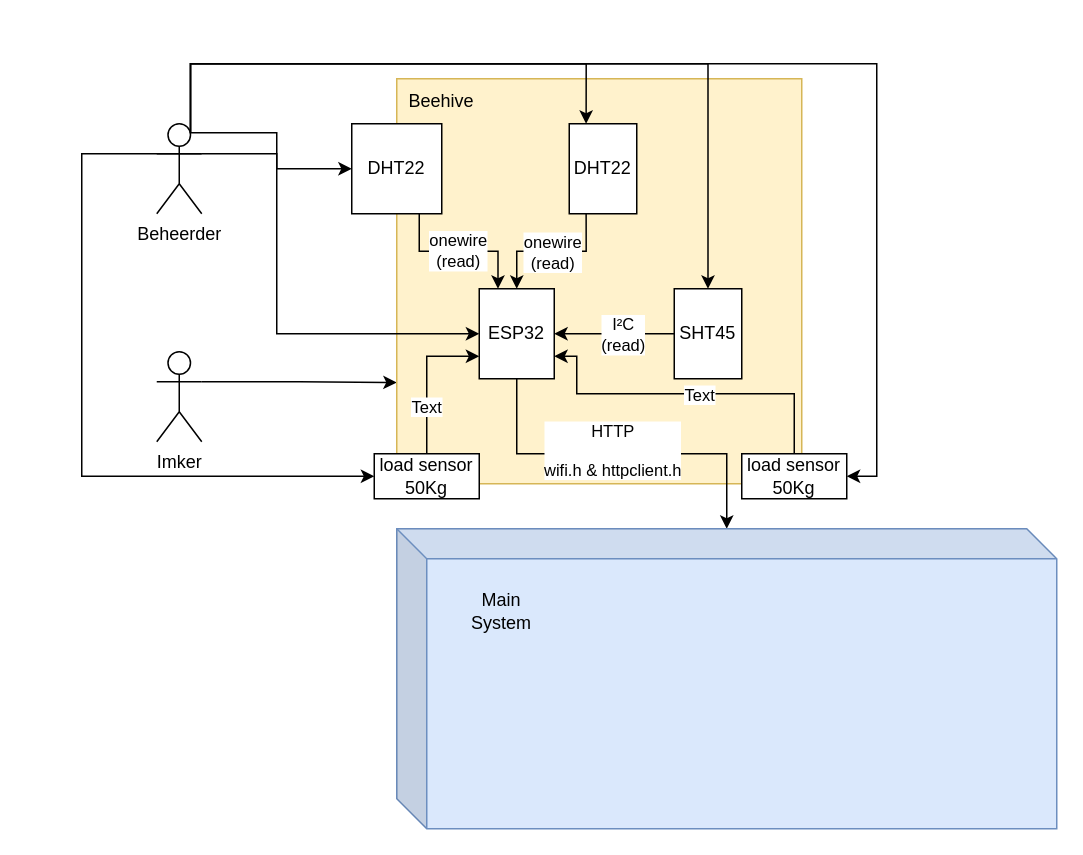
This is Schematisch-overzicht-Bee-Sensors.drawio from CruZxPog/integratieproject-bee, a draw.io file, before an edit. Source tidied: cells renumbered, new cells numbered last; positions are measured from the earlier drawing's top-left corner, leaving out a move shared by most shapes. Both pictures are drawn from the tidied source at 150%, with x=0, y=0 at pixel (81, 63).
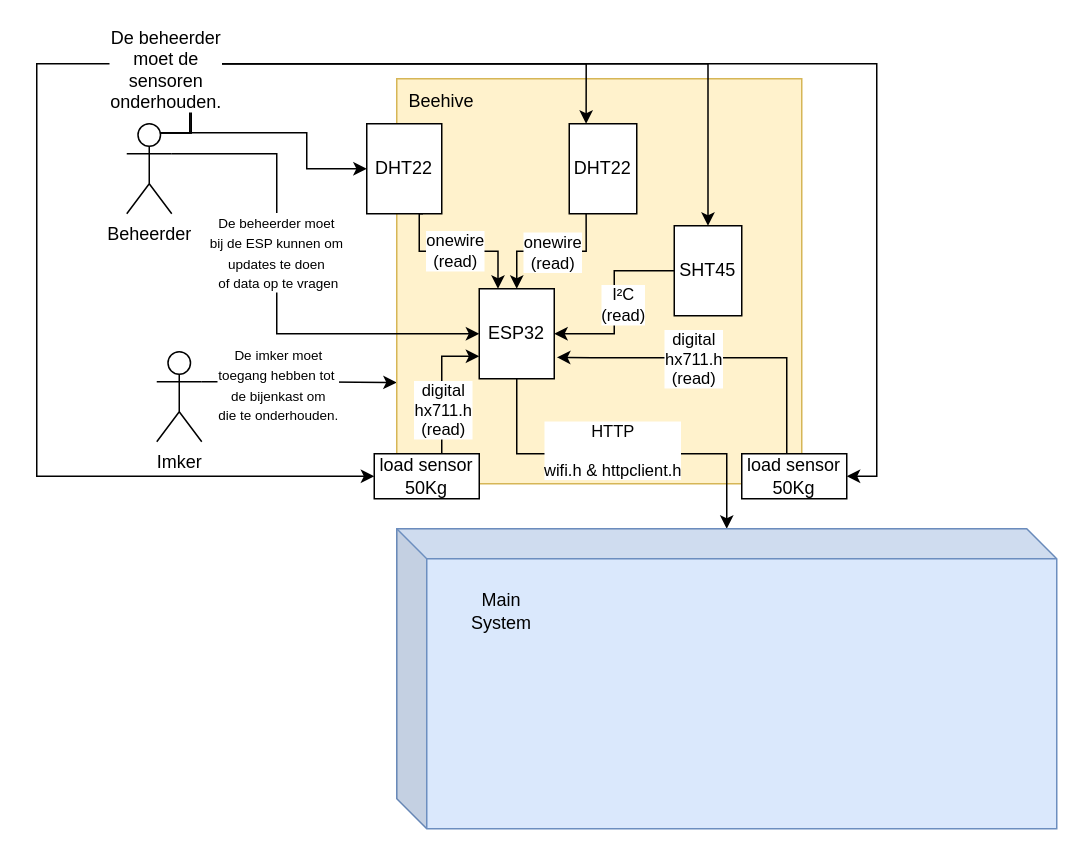
After the change.

The change refers to these unchanged cells:
```xml
<mxCell id="2" style="edgeStyle=orthogonalEdgeStyle;rounded=0;jettySize=auto;html=1;exitX=1;exitY=0.3333333333333333;exitDx=0;exitDy=0;exitPerimeter=0;entryX=0;entryY=0.75;entryDx=0;entryDy=0;" parent="1" edge="1" source="3" target="8">
  <mxGeometry relative="1" as="geometry" />
</mxCell>
<mxCell id="15" value="DHT22" style="rounded=0;whiteSpace=wrap;html=1;" parent="1" vertex="1">
  <mxGeometry x="325" y="40" width="45" height="60" as="geometry" />
</mxCell>
<mxCell id="16" style="edgeStyle=orthogonalEdgeStyle;rounded=0;jettySize=auto;html=1;exitX=0;exitY=0.5;exitDx=0;exitDy=0;entryX=1;entryY=0.5;entryDx=0;entryDy=0;" parent="1" edge="1" source="18" target="21">
  <mxGeometry relative="1" as="geometry" />
</mxCell>
<mxCell id="21" value="ESP32" style="rounded=0;whiteSpace=wrap;html=1;" parent="1" vertex="1">
  <mxGeometry x="265" y="150" width="50" height="60" as="geometry" />
</mxCell>
<mxCell id="25" style="edgeStyle=orthogonalEdgeStyle;rounded=0;jettySize=auto;html=1;exitX=0.75;exitY=0.1;exitDx=0;exitDy=0;exitPerimeter=0;entryX=0.5;entryY=0;entryDx=0;entryDy=0;" parent="1" edge="1" source="7" target="18">
  <mxGeometry relative="1" as="geometry">
    <Array as="points">
      <mxPoint x="72" />
      <mxPoint x="418" />
    </Array>
  </mxGeometry>
</mxCell>
<mxCell id="26" style="edgeStyle=orthogonalEdgeStyle;rounded=0;jettySize=auto;html=1;exitX=1;exitY=0.3333333333333333;exitDx=0;exitDy=0;exitPerimeter=0;entryX=0;entryY=0.5;entryDx=0;entryDy=0;" parent="1" edge="1" source="7" target="21">
  <mxGeometry relative="1" as="geometry">
    <Array as="points">
      <mxPoint x="130" y="60" />
      <mxPoint x="130" y="180" />
    </Array>
  </mxGeometry>
</mxCell>
<mxCell id="29" value="load sensor&lt;div&gt;50Kg&lt;/div&gt;" style="rounded=0;whiteSpace=wrap;html=1;" parent="1" vertex="1">
  <mxGeometry x="195" y="260" width="70" height="30" as="geometry" />
</mxCell>
<mxCell id="32" value="load sensor&lt;div&gt;50Kg&lt;/div&gt;" style="rounded=0;whiteSpace=wrap;html=1;" parent="1" vertex="1">
  <mxGeometry x="440" y="260" width="70" height="30" as="geometry" />
</mxCell>
```

What changed in the source:
```diff
@@
+    <mxCell id="33" value="&lt;font style=&quot;font-size: 9px;&quot;&gt;De imker moet&lt;/font&gt;&lt;div&gt;&lt;font style=&quot;font-size: 9px;&quot;&gt;toegang hebben tot&amp;nbsp;&lt;/font&gt;&lt;div&gt;&lt;font style=&quot;font-size: 9px;&quot;&gt;de bijenkast om&lt;/font&gt;&lt;/div&gt;&lt;div&gt;&lt;font style=&quot;font-size: 9px;&quot;&gt;die te onderhouden.&lt;/font&gt;&lt;/div&gt;&lt;/div&gt;" style="edgeLabel;html=1;align=center;verticalAlign=middle;" parent="2" vertex="1">
+      <mxGeometry x="-0.3" y="-1" relative="1" as="geometry">
+        <mxPoint x="4" as="offset" />
+      </mxGeometry>
+    </mxCell>
@@
     <mxCell id="4" style="edgeStyle=orthogonalEdgeStyle;rounded=0;jettySize=auto;html=1;exitX=0.75;exitY=0.1;exitDx=0;exitDy=0;exitPerimeter=0;entryX=0;entryY=0.5;entryDx=0;entryDy=0;" parent="1" edge="1" source="7" target="12">
-      <mxGeometry relative="1" as="geometry" />
+      <mxGeometry relative="1" as="geometry">
+        <Array as="points">
+          <mxPoint x="150" y="46" />
+          <mxPoint x="150" y="70" />
+        </Array>
+      </mxGeometry>
     </mxCell>
+    <mxCell id="6" style="edgeStyle=orthogonalEdgeStyle;rounded=0;jettySize=auto;html=1;exitX=0.75;exitY=0.1;exitDx=0;exitDy=0;exitPerimeter=0;entryX=1;entryY=0.5;entryDx=0;entryDy=0;" parent="1" edge="1" source="7" target="32">
+      <mxGeometry relative="1" as="geometry">
+        <Array as="points">
+          <mxPoint x="73" />
+          <mxPoint x="530" />
+          <mxPoint x="530" y="275" />
+        </Array>
+      </mxGeometry>
+    </mxCell>
-    <mxCell id="5" style="edgeStyle=orthogonalEdgeStyle;rounded=0;jettySize=auto;html=1;exitX=1;exitY=0.3333333333333333;exitDx=0;exitDy=0;exitPerimeter=0;entryX=0;entryY=0.5;entryDx=0;entryDy=0;" parent="1" edge="1" source="7" target="29">
+    <mxCell id="5" style="edgeStyle=orthogonalEdgeStyle;rounded=0;jettySize=auto;html=1;exitX=0.75;exitY=0.1;exitDx=0;exitDy=0;exitPerimeter=0;entryX=0;entryY=0.5;entryDx=0;entryDy=0;" parent="1" edge="1" source="7" target="29">
       <mxGeometry relative="1" as="geometry">
         <Array as="points">
-          <mxPoint y="60" />
-          <mxPoint y="275" />
+          <mxPoint x="73" />
+          <mxPoint x="-30" />
+          <mxPoint x="-30" y="275" />
         </Array>
       </mxGeometry>
     </mxCell>
-    <mxCell id="6" style="edgeStyle=orthogonalEdgeStyle;rounded=0;jettySize=auto;html=1;exitX=0.75;exitY=0.1;exitDx=0;exitDy=0;exitPerimeter=0;entryX=1;entryY=0.5;entryDx=0;entryDy=0;" parent="1" edge="1" source="7" target="32">
-      <mxGeometry relative="1" as="geometry">
-        <Array as="points">
-          <mxPoint x="73" />
-          <mxPoint x="530" />
-          <mxPoint x="530" y="275" />
-        </Array>
-      </mxGeometry>
-    </mxCell>
     <mxCell id="7" value="Beheerder" style="shape=umlActor;verticalLabelPosition=bottom;verticalAlign=top;html=1;outlineConnect=0;" parent="1" vertex="1">
-      <mxGeometry x="50" y="40" width="30" height="60" as="geometry" />
+      <mxGeometry x="30" y="40" width="30" height="60" as="geometry" />
     </mxCell>
@@
     <mxCell id="12" value="DHT22" style="rounded=0;whiteSpace=wrap;html=1;" parent="1" vertex="1">
-      <mxGeometry x="180" y="40" width="60" height="60" as="geometry" />
+      <mxGeometry x="190" y="40" width="50" height="60" as="geometry" />
     </mxCell>
@@
     <mxCell id="17" value="I²C&lt;div&gt;(read)&lt;/div&gt;" style="edgeLabel;html=1;align=center;verticalAlign=middle;" parent="16" vertex="1">
       <mxGeometry x="0.26" y="-1" relative="1" as="geometry">
-        <mxPoint x="15" y="1" as="offset" />
+        <mxPoint x="6" y="-15" as="offset" />
       </mxGeometry>
     </mxCell>
     <mxCell id="18" value="SHT45" style="rounded=0;whiteSpace=wrap;html=1;" parent="1" vertex="1">
-      <mxGeometry x="395" y="150" width="45" height="60" as="geometry" />
+      <mxGeometry x="395" y="108" width="45" height="60" as="geometry" />
     </mxCell>
@@
     <mxCell id="24" style="edgeStyle=orthogonalEdgeStyle;rounded=0;jettySize=auto;html=1;exitX=0.75;exitY=0.1;exitDx=0;exitDy=0;exitPerimeter=0;entryX=0.25;entryY=0;entryDx=0;entryDy=0;" parent="1" edge="1" source="7" target="15">
       <mxGeometry relative="1" as="geometry">
         <Array as="points">
-          <mxPoint x="72" />
+          <mxPoint x="73" />
           <mxPoint x="336" />
         </Array>
       </mxGeometry>
     </mxCell>
@@
+    <mxCell id="34" value="&lt;span style=&quot;font-size: 12px; text-wrap-mode: wrap;&quot;&gt;De beheerder moet de sensoren onderhouden.&lt;/span&gt;" style="edgeLabel;html=1;align=center;verticalAlign=middle;" parent="25" vertex="1">
+      <mxGeometry x="-0.76" relative="1" as="geometry">
+        <mxPoint x="-17" as="offset" />
+      </mxGeometry>
+    </mxCell>
@@
+    <mxCell id="35" value="&lt;font style=&quot;font-size: 9px;&quot;&gt;De beheerder moet&amp;nbsp;&lt;/font&gt;&lt;div&gt;&lt;font style=&quot;font-size: 9px;&quot;&gt;bij de ESP kunnen om&amp;nbsp;&lt;/font&gt;&lt;/div&gt;&lt;div&gt;&lt;font style=&quot;font-size: 9px;&quot;&gt;updates te doen&amp;nbsp;&lt;/font&gt;&lt;/div&gt;&lt;div&gt;&lt;font style=&quot;font-size: 9px;&quot;&gt;of data op te vragen&lt;/font&gt;&lt;/div&gt;" style="edgeLabel;html=1;align=center;verticalAlign=middle;" parent="26" vertex="1">
+      <mxGeometry x="-0.29" relative="1" as="geometry">
+        <mxPoint y="20" as="offset" />
+      </mxGeometry>
+    </mxCell>
     <mxCell id="27" style="edgeStyle=orthogonalEdgeStyle;rounded=0;jettySize=auto;html=1;exitX=0.5;exitY=0;exitDx=0;exitDy=0;entryX=0;entryY=0.75;entryDx=0;entryDy=0;" parent="1" edge="1" source="29" target="21">
-      <mxGeometry relative="1" as="geometry" />
+      <mxGeometry relative="1" as="geometry">
+        <Array as="points">
+          <mxPoint x="240" y="260" />
+          <mxPoint x="240" y="195" />
+        </Array>
+      </mxGeometry>
     </mxCell>
-    <mxCell id="28" value="Text" style="edgeLabel;html=1;align=center;verticalAlign=middle;" parent="27" vertex="1">
-      <mxGeometry x="-0.36" y="1" relative="1" as="geometry" />
-    </mxCell>
+    <mxCell id="36" value="digital&lt;div&gt;hx711.h&lt;br&gt;&lt;div&gt;(read)&lt;/div&gt;&lt;/div&gt;" style="edgeLabel;html=1;align=center;verticalAlign=middle;" parent="27" vertex="1">
+      <mxGeometry x="-0.41" y="-1" relative="1" as="geometry">
+        <mxPoint x="-1" y="-10" as="offset" />
+      </mxGeometry>
+    </mxCell>
@@
-    <mxCell id="30" style="edgeStyle=orthogonalEdgeStyle;rounded=0;jettySize=auto;html=1;exitX=0.5;exitY=0;exitDx=0;exitDy=0;entryX=1;entryY=0.75;entryDx=0;entryDy=0;" parent="1" edge="1" source="32" target="21">
+    <mxCell id="30" style="edgeStyle=orthogonalEdgeStyle;rounded=0;jettySize=auto;html=1;exitX=0.5;exitY=0;exitDx=0;exitDy=0;entryX=1.036;entryY=0.762;entryDx=0;entryDy=0;entryPerimeter=0;" parent="1" edge="1" target="21">
       <mxGeometry relative="1" as="geometry">
+        <mxPoint x="470" y="260" as="sourcePoint" />
         <Array as="points">
-          <mxPoint x="475" y="220" />
-          <mxPoint x="330" y="220" />
-          <mxPoint x="330" y="195" />
+          <mxPoint x="470" y="196" />
+          <mxPoint x="340" y="196" />
         </Array>
       </mxGeometry>
     </mxCell>
-    <mxCell id="31" value="Text" style="edgeLabel;html=1;align=center;verticalAlign=middle;" parent="30" vertex="1">
-      <mxGeometry x="-0.08" relative="1" as="geometry" />
+    <mxCell id="31" value="&lt;span style=&quot;color: rgb(0, 0, 0); font-family: Helvetica; font-size: 11px; font-style: normal; font-variant-ligatures: normal; font-variant-caps: normal; font-weight: 400; letter-spacing: normal; orphans: 2; text-align: center; text-indent: 0px; text-transform: none; widows: 2; word-spacing: 0px; -webkit-text-stroke-width: 0px; white-space: nowrap; background-color: rgb(255, 255, 255); text-decoration-thickness: initial; text-decoration-style: initial; text-decoration-color: initial; float: none; display: inline !important;&quot;&gt;digital&lt;/span&gt;&lt;div style=&quot;forced-color-adjust: none; color: rgb(0, 0, 0); font-family: Helvetica; font-size: 11px; font-style: normal; font-variant-ligatures: normal; font-variant-caps: normal; font-weight: 400; letter-spacing: normal; orphans: 2; text-align: center; text-indent: 0px; text-transform: none; widows: 2; word-spacing: 0px; -webkit-text-stroke-width: 0px; white-space: nowrap; text-decoration-thickness: initial; text-decoration-style: initial; text-decoration-color: initial;&quot;&gt;hx711.h&lt;br style=&quot;forced-color-adjust: none;&quot;&gt;&lt;div style=&quot;forced-color-adjust: none;&quot;&gt;(read)&lt;/div&gt;&lt;/div&gt;" style="edgeLabel;html=1;align=center;verticalAlign=middle;" parent="30" vertex="1">
+      <mxGeometry x="-0.08" relative="1" as="geometry">
+        <mxPoint x="-27" as="offset" />
+      </mxGeometry>
     </mxCell>
```
